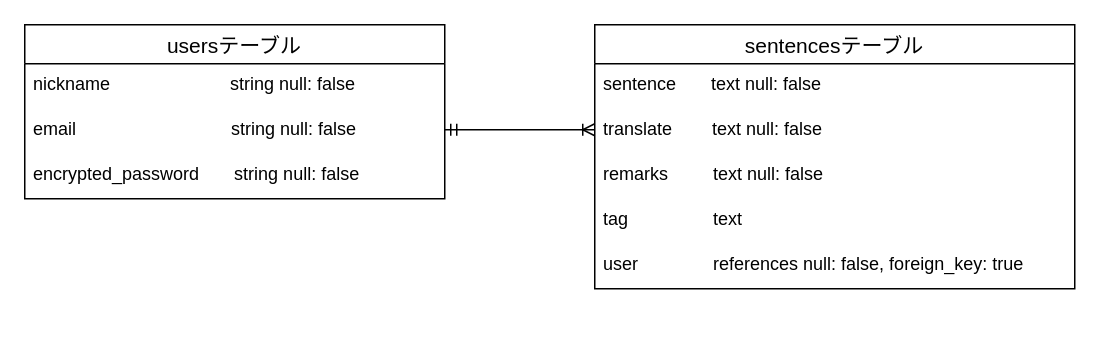
Earlier version of the draw.io diagram config/sentence.dio (ryo1374/sentence). Source tidied: cells renumbered, new cells numbered last; positions are measured from the earlier drawing's top-left corner, leaving out a move shared by most shapes. Both pictures are drawn from the tidied source at 150%, with x=0, y=0 at pixel (24, 24).
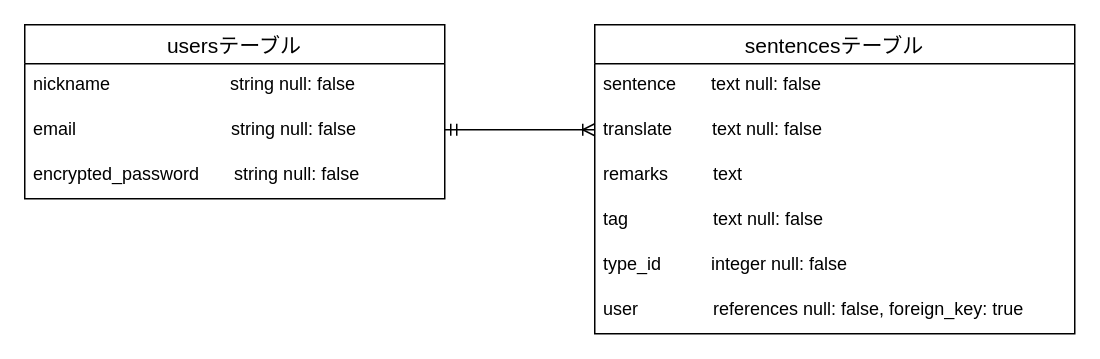
After the change.

Change to the diagram source:
```diff
@@
 <mxGraphModel>
   <root>
     <mxCell id="0" />
     <mxCell id="1" parent="0" />
     <mxCell id="2" value="usersテーブル" style="swimlane;fontStyle=0;horizontal=1;startSize=26;align=center;fontSize=14;" parent="1" vertex="1">
       <mxGeometry width="280" height="116" as="geometry" />
     </mxCell>
     <mxCell id="3" value="nickname                        string null: false" style="text;strokeColor=none;fillColor=none;spacingLeft=4;spacingRight=4;overflow=hidden;fontSize=12;" parent="2" vertex="1">
       <mxGeometry y="26" width="280" height="30" as="geometry" />
     </mxCell>
     <mxCell id="4" value="email                               string null: false" style="text;strokeColor=none;fillColor=none;spacingLeft=4;spacingRight=4;overflow=hidden;fontSize=12;" parent="2" vertex="1">
       <mxGeometry y="56" width="280" height="30" as="geometry" />
     </mxCell>
     <mxCell id="5" value="encrypted_password       string null: false" style="text;strokeColor=none;fillColor=none;spacingLeft=4;spacingRight=4;overflow=hidden;fontSize=12;" parent="2" vertex="1">
       <mxGeometry y="86" width="280" height="30" as="geometry" />
     </mxCell>
     <mxCell id="6" value="sentencesテーブル" style="swimlane;fontStyle=0;horizontal=1;startSize=26;align=center;fontSize=14;" parent="1" vertex="1">
-      <mxGeometry x="380" width="320" height="176" as="geometry" />
+      <mxGeometry x="380" width="320" height="206" as="geometry" />
     </mxCell>
     <mxCell id="7" value="sentence       text null: false" style="text;strokeColor=none;fillColor=none;spacingLeft=4;spacingRight=4;overflow=hidden;fontSize=12;" parent="6" vertex="1">
       <mxGeometry y="26" width="320" height="30" as="geometry" />
     </mxCell>
     <mxCell id="8" value="translate        text null: false" style="text;strokeColor=none;fillColor=none;spacingLeft=4;spacingRight=4;overflow=hidden;fontSize=12;" parent="6" vertex="1">
       <mxGeometry y="56" width="320" height="30" as="geometry" />
     </mxCell>
-    <mxCell id="9" value="remarks         text null: false" style="text;strokeColor=none;fillColor=none;spacingLeft=4;spacingRight=4;overflow=hidden;fontSize=12;" parent="6" vertex="1">
+    <mxCell id="9" value="remarks         text " style="text;strokeColor=none;fillColor=none;spacingLeft=4;spacingRight=4;overflow=hidden;fontSize=12;" parent="6" vertex="1">
       <mxGeometry y="86" width="320" height="30" as="geometry" />
     </mxCell>
-    <mxCell id="10" value="tag                 text" style="text;strokeColor=none;fillColor=none;spacingLeft=4;spacingRight=4;overflow=hidden;fontSize=12;" parent="6" vertex="1">
+    <mxCell id="10" value="tag                 text null: false" style="text;strokeColor=none;fillColor=none;spacingLeft=4;spacingRight=4;overflow=hidden;fontSize=12;" parent="6" vertex="1">
       <mxGeometry y="116" width="320" height="30" as="geometry" />
     </mxCell>
+    <mxCell id="13" value="type_id          integer null: false" style="text;strokeColor=none;fillColor=none;spacingLeft=4;spacingRight=4;overflow=hidden;fontSize=12;" parent="6" vertex="1">
+      <mxGeometry y="146" width="320" height="30" as="geometry" />
+    </mxCell>
     <mxCell id="11" value="user               references null: false, foreign_key: true" style="text;strokeColor=none;fillColor=none;spacingLeft=4;spacingRight=4;overflow=hidden;fontSize=12;" parent="6" vertex="1">
-      <mxGeometry y="146" width="320" height="30" as="geometry" />
+      <mxGeometry y="176" width="320" height="30" as="geometry" />
     </mxCell>
     <mxCell id="12" style="edgeStyle=elbowEdgeStyle;fontSize=12;html=1;endArrow=ERoneToMany;startArrow=ERmandOne;" parent="1" edge="1">
       <mxGeometry relative="1" as="geometry">
         <mxPoint x="280" y="70" as="sourcePoint" />
         <mxPoint x="380" y="70" as="targetPoint" />
         <Array as="points">
           <mxPoint x="320" y="110" />
           <mxPoint x="320" y="100" />
         </Array>
       </mxGeometry>
     </mxCell>
   </root>
 </mxGraphModel>
```
